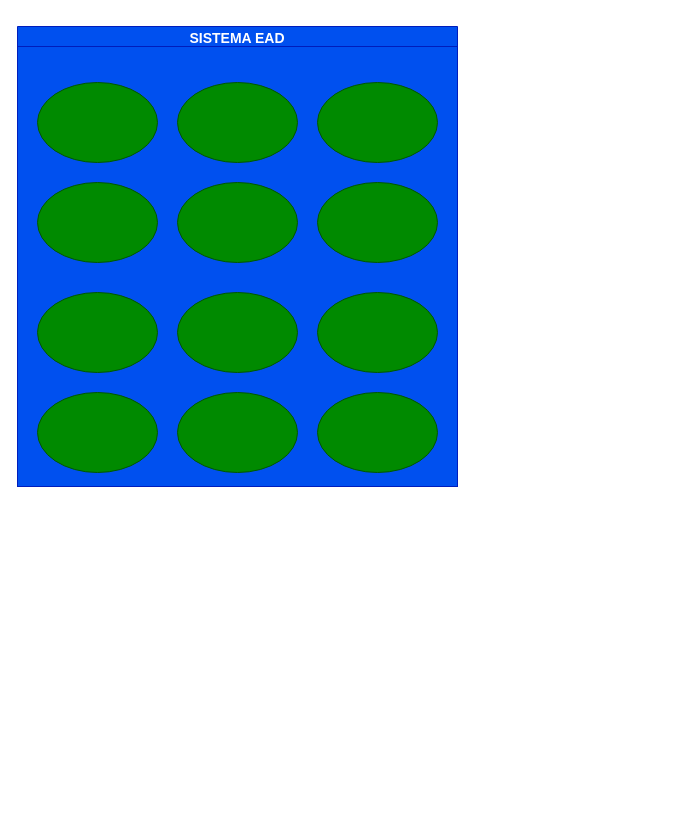
The draw.io diagram page "PROJETO EAD" (4 of 4) of Diagrama sem nome.drawio in alvgabs/diagramasderequisitos, before the edit. Source tidied: cells renumbered, new cells numbered last; positions are measured from the earlier drawing's top-left corner, leaving out a move shared by most shapes. Both pictures are drawn from the tidied source at 100%, with x=0, y=0 at pixel (17, 26).
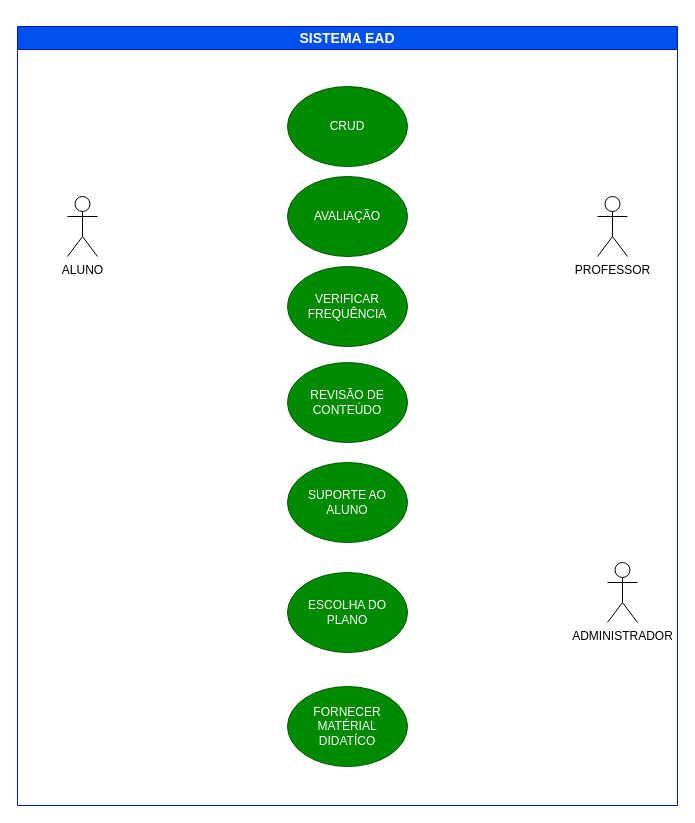
After the change.

The edit, as a diff of the source:
```diff
@@
 <mxGraphModel>
   <root>
     <mxCell id="0" />
     <mxCell id="1" parent="0" />
     <mxCell id="2" value="&lt;p&gt;&lt;font style=&quot;font-size: 14px;&quot;&gt;SISTEMA EAD&lt;/font&gt;&lt;/p&gt;" style="swimlane;whiteSpace=wrap;html=1;fillColor=#0050ef;fontColor=#ffffff;strokeColor=#001DBC;" parent="1" vertex="1">
-      <mxGeometry width="440" height="460" as="geometry" />
+      <mxGeometry width="660" height="779" as="geometry" />
     </mxCell>
-    <mxCell id="3" style="whiteSpace=wrap;html=1;fillColor=#0050ef;fontColor=#ffffff;strokeColor=#001DBC;" parent="2" vertex="1">
-      <mxGeometry y="20" width="440" height="440" as="geometry" />
-    </mxCell>
-    <mxCell id="4" style="ellipse;whiteSpace=wrap;html=1;fillColor=#008a00;fontColor=#ffffff;strokeColor=#005700;" parent="2" vertex="1">
-      <mxGeometry x="20" y="56" width="120" height="80" as="geometry" />
+    <mxCell id="4" value="CRUD" style="ellipse;whiteSpace=wrap;html=1;fillColor=#008a00;fontColor=#ffffff;strokeColor=#005700;" parent="2" vertex="1">
+      <mxGeometry x="270" y="60" width="120" height="80" as="geometry" />
     </mxCell>
-    <mxCell id="5" style="ellipse;whiteSpace=wrap;html=1;fillColor=#008a00;fontColor=#ffffff;strokeColor=#005700;" parent="2" vertex="1">
-      <mxGeometry x="160" y="56" width="120" height="80" as="geometry" />
+    <mxCell id="5" value="AVALIAÇÃO" style="ellipse;whiteSpace=wrap;html=1;fillColor=#008a00;fontColor=#ffffff;strokeColor=#005700;" parent="2" vertex="1">
+      <mxGeometry x="270" y="150" width="120" height="80" as="geometry" />
     </mxCell>
-    <mxCell id="6" style="ellipse;whiteSpace=wrap;html=1;fillColor=#008a00;fontColor=#ffffff;strokeColor=#005700;" parent="2" vertex="1">
-      <mxGeometry x="300" y="56" width="120" height="80" as="geometry" />
+    <mxCell id="6" value="FORNECER MATÉRIAL DIDATÍCO" style="ellipse;whiteSpace=wrap;html=1;fillColor=#008a00;fontColor=#ffffff;strokeColor=#005700;" parent="2" vertex="1">
+      <mxGeometry x="270" y="660" width="120" height="80" as="geometry" />
     </mxCell>
-    <mxCell id="7" style="ellipse;whiteSpace=wrap;html=1;fillColor=#008a00;fontColor=#ffffff;strokeColor=#005700;" parent="2" vertex="1">
-      <mxGeometry x="20" y="156" width="120" height="80" as="geometry" />
+    <mxCell id="7" value="SUPORTE AO ALUNO" style="ellipse;whiteSpace=wrap;html=1;fillColor=#008a00;fontColor=#ffffff;strokeColor=#005700;" parent="2" vertex="1">
+      <mxGeometry x="270" y="436" width="120" height="80" as="geometry" />
     </mxCell>
-    <mxCell id="8" style="ellipse;whiteSpace=wrap;html=1;fillColor=#008a00;fontColor=#ffffff;strokeColor=#005700;" parent="2" vertex="1">
-      <mxGeometry x="160" y="156" width="120" height="80" as="geometry" />
+    <mxCell id="8" value="VERIFICAR FREQUÊNCIA" style="ellipse;whiteSpace=wrap;html=1;fillColor=#008a00;fontColor=#ffffff;strokeColor=#005700;" parent="2" vertex="1">
+      <mxGeometry x="270" y="240" width="120" height="80" as="geometry" />
     </mxCell>
-    <mxCell id="9" style="ellipse;whiteSpace=wrap;html=1;fillColor=#008a00;fontColor=#ffffff;strokeColor=#005700;" parent="2" vertex="1">
-      <mxGeometry x="300" y="156" width="120" height="80" as="geometry" />
+    <mxCell id="9" value="ESCOLHA DO PLANO" style="ellipse;whiteSpace=wrap;html=1;fillColor=#008a00;fontColor=#ffffff;strokeColor=#005700;" parent="2" vertex="1">
+      <mxGeometry x="270" y="546" width="120" height="80" as="geometry" />
     </mxCell>
-    <mxCell id="10" style="ellipse;whiteSpace=wrap;html=1;fillColor=#008a00;fontColor=#ffffff;strokeColor=#005700;" parent="2" vertex="1">
-      <mxGeometry x="20" y="266" width="120" height="80" as="geometry" />
+    <mxCell id="10" value="REVISÃO DE CONTEÚDO" style="ellipse;whiteSpace=wrap;html=1;fillColor=#008a00;fontColor=#ffffff;strokeColor=#005700;" parent="2" vertex="1">
+      <mxGeometry x="270" y="336" width="120" height="80" as="geometry" />
     </mxCell>
-    <mxCell id="11" style="ellipse;whiteSpace=wrap;html=1;fillColor=#008a00;fontColor=#ffffff;strokeColor=#005700;" parent="2" vertex="1">
-      <mxGeometry x="160" y="266" width="120" height="80" as="geometry" />
-    </mxCell>
-    <mxCell id="12" style="ellipse;whiteSpace=wrap;html=1;fillColor=#008a00;fontColor=#ffffff;strokeColor=#005700;" parent="2" vertex="1">
-      <mxGeometry x="300" y="266" width="120" height="80" as="geometry" />
-    </mxCell>
-    <mxCell id="13" style="ellipse;whiteSpace=wrap;html=1;fillColor=#008a00;fontColor=#ffffff;strokeColor=#005700;" parent="2" vertex="1">
-      <mxGeometry x="20" y="366" width="120" height="80" as="geometry" />
-    </mxCell>
-    <mxCell id="14" style="ellipse;whiteSpace=wrap;html=1;fillColor=#008a00;fontColor=#ffffff;strokeColor=#005700;" parent="2" vertex="1">
-      <mxGeometry x="160" y="366" width="120" height="80" as="geometry" />
-    </mxCell>
-    <mxCell id="15" style="ellipse;whiteSpace=wrap;html=1;fillColor=#008a00;fontColor=#ffffff;strokeColor=#005700;" parent="2" vertex="1">
-      <mxGeometry x="300" y="366" width="120" height="80" as="geometry" />
-    </mxCell>
+    <mxCell id="16" value="ALUNO" style="shape=umlActor;verticalLabelPosition=bottom;verticalAlign=top;html=1;" parent="2" vertex="1">
+      <mxGeometry x="50" y="170" width="30" height="60" as="geometry" />
+    </mxCell>
+    <mxCell id="17" value="PROFESSOR" style="shape=umlActor;verticalLabelPosition=bottom;verticalAlign=top;html=1;" parent="2" vertex="1">
+      <mxGeometry x="580" y="170" width="30" height="60" as="geometry" />
+    </mxCell>
+    <mxCell id="18" value="ADMINISTRADOR" style="shape=umlActor;verticalLabelPosition=bottom;verticalAlign=top;html=1;" parent="2" vertex="1">
+      <mxGeometry x="590" y="536" width="30" height="60" as="geometry" />
+    </mxCell>
   </root>
 </mxGraphModel>
```
